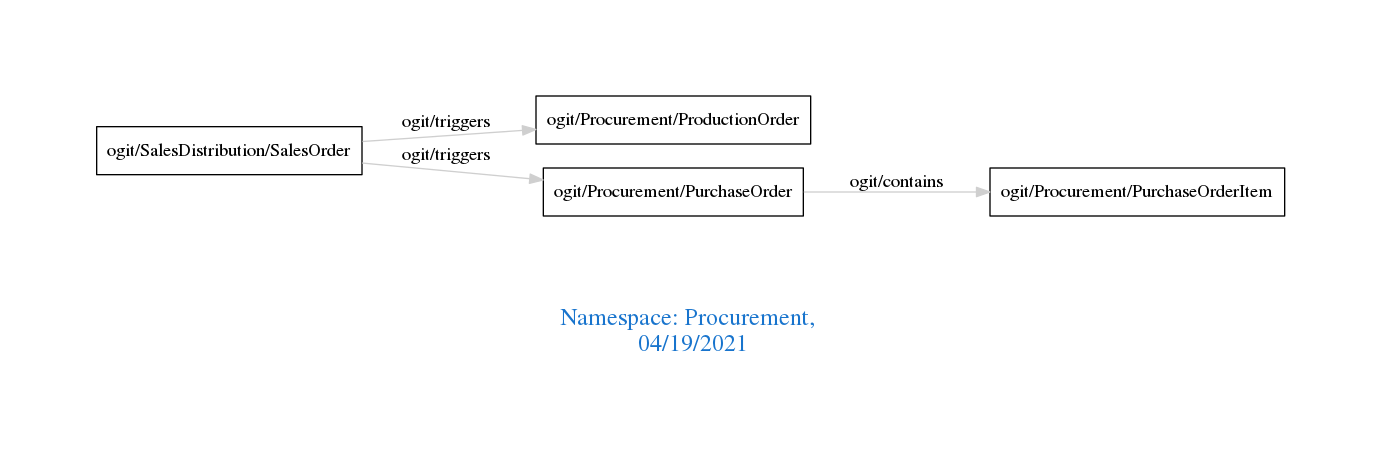
This is downloads/Procurement.png from arago/OGIT, a Graphviz export, as it was before one commit. Its source is kept beside it as downloads/Procurement.dot. Its diagram source:
```dot
digraph OGIT_ontology {
 graph [ rankdir= LR,pad=1
fontsize = 18,
fontcolor= dodgerblue3,label = "\n\n\nNamespace: Procurement, \n 04/19/2021"];
node[shape=polygon];
edge [  color="gray81"];

   "ogit/Procurement/PurchaseOrder" -> "ogit/Procurement/PurchaseOrderItem" [label="   ogit/contains    "];
   "ogit/SalesDistribution/SalesOrder" -> "ogit/Procurement/ProductionOrder" [label="   ogit/triggers    "];
   "ogit/SalesDistribution/SalesOrder" -> "ogit/Procurement/PurchaseOrder" [label="   ogit/triggers    "];
}
```
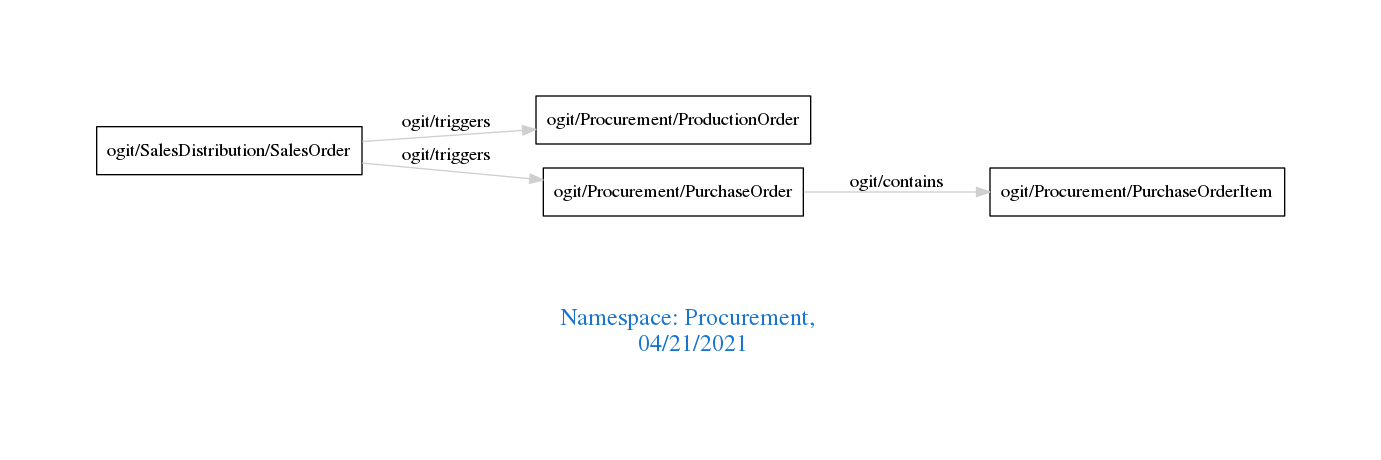
The same file after the commit.

Diff of the diagram source:
```diff
@@ -1,7 +1,7 @@
 digraph OGIT_ontology {
  graph [ rankdir= LR,pad=1
 fontsize = 18,
-fontcolor= dodgerblue3,label = "\n\n\nNamespace: Procurement, \n 04/19/2021"];
+fontcolor= dodgerblue3,label = "\n\n\nNamespace: Procurement, \n 04/21/2021"];
 node[shape=polygon];
 edge [  color="gray81"];
 
```
